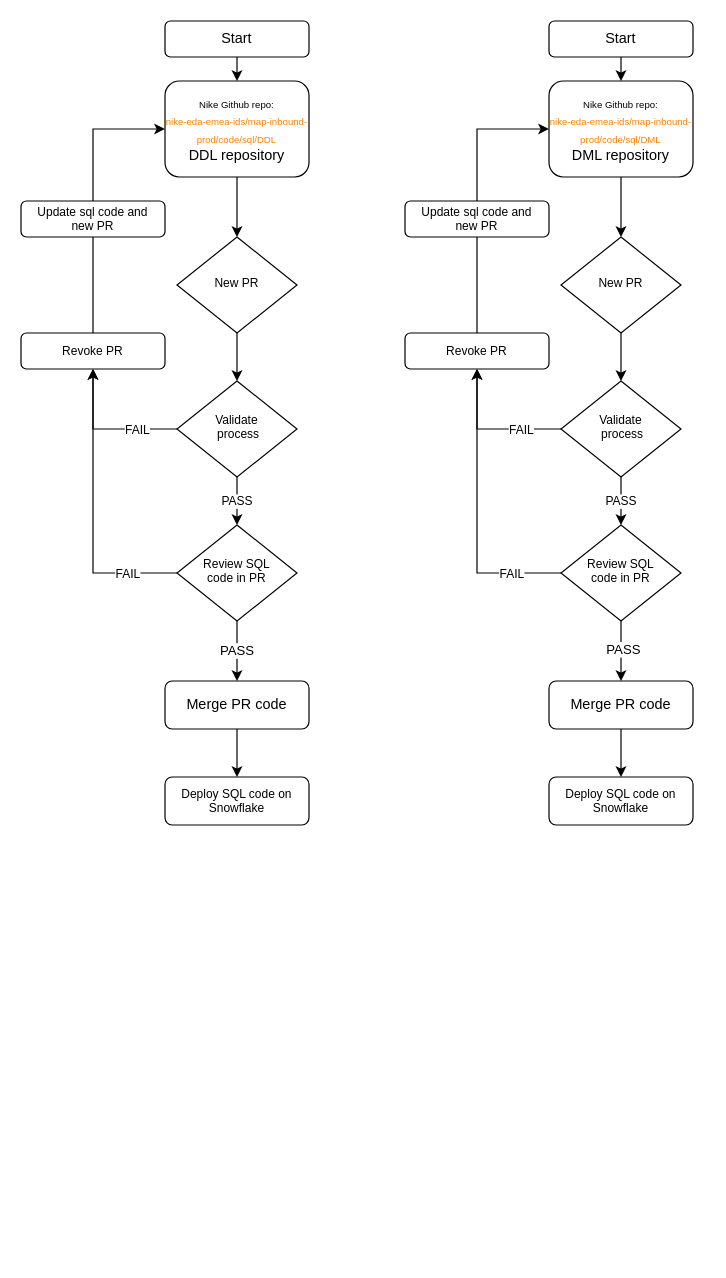
The draw.io diagram DDL-DML-validtion-process-20210811.drawio in Vortex-ict/test-repo, before the edit. Source tidied: cells renumbered, new cells numbered last; positions are measured from the earlier drawing's top-left corner, leaving out a move shared by most shapes. Both pictures are drawn from the tidied source at 120%, with x=0, y=0 at pixel (20, 20).
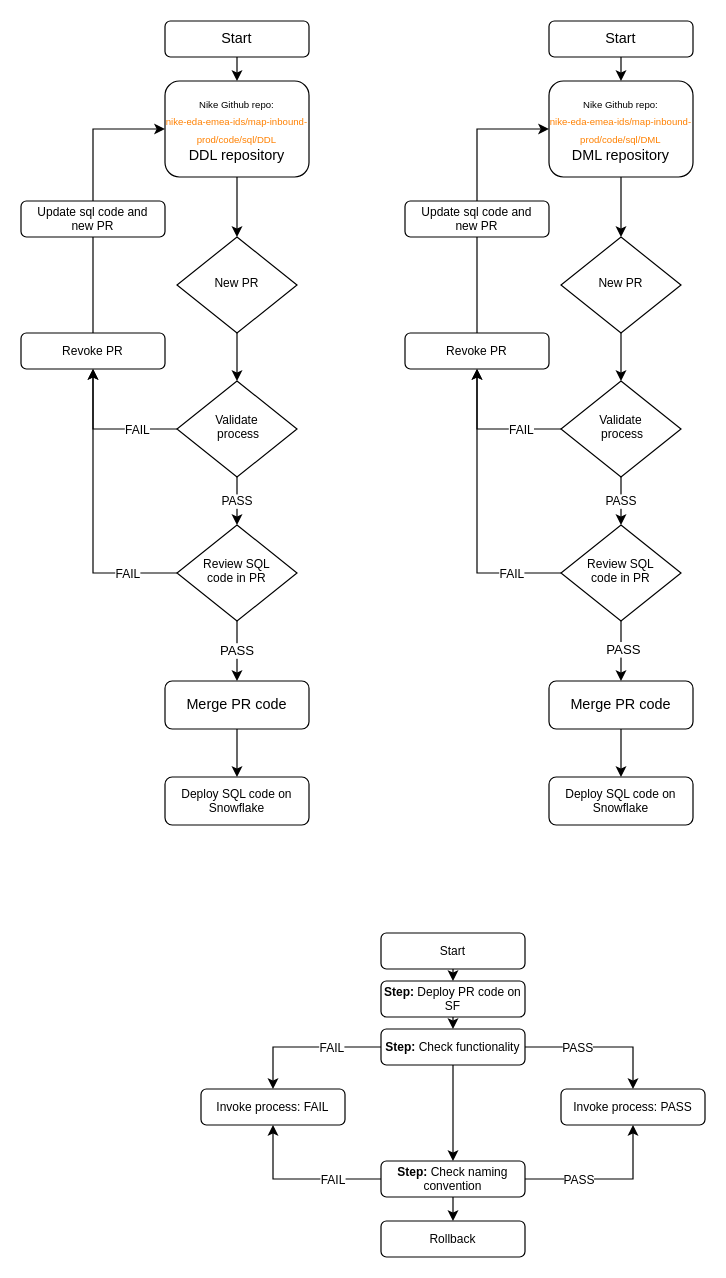
The same diagram, later.

Commit message:
updated validation process

The edit, as a diff of the source:
```diff
@@
+    <mxCell id="43" style="edgeStyle=orthogonalEdgeStyle;rounded=0;jettySize=auto;html=1;exitX=0.5;exitY=1;exitDx=0;exitDy=0;entryX=0.5;entryY=0;entryDx=0;entryDy=0;fontSize=10;" parent="1" edge="1" source="44" target="47">
+      <mxGeometry relative="1" as="geometry" />
+    </mxCell>
+    <mxCell id="44" value="&lt;font style=&quot;font-size: 10px&quot;&gt;Start&lt;/font&gt;" style="rounded=1;whiteSpace=wrap;html=1;fontSize=10;" parent="1" vertex="1">
+      <mxGeometry x="300" y="760" width="120" height="30" as="geometry" />
+    </mxCell>
+    <mxCell id="45" value="&lt;font style=&quot;font-size: 10px&quot;&gt;Rollback &lt;/font&gt;" style="rounded=1;whiteSpace=wrap;html=1;fontSize=10;" parent="1" vertex="1">
+      <mxGeometry x="300" y="1000" width="120" height="30" as="geometry" />
+    </mxCell>
+    <mxCell id="46" style="edgeStyle=orthogonalEdgeStyle;rounded=0;jettySize=auto;html=1;exitX=0.5;exitY=1;exitDx=0;exitDy=0;entryX=0.5;entryY=0;entryDx=0;entryDy=0;fontSize=10;" parent="1" edge="1" source="47" target="53">
+      <mxGeometry relative="1" as="geometry" />
+    </mxCell>
+    <mxCell id="47" value="&lt;font style=&quot;font-size: 10px&quot;&gt;&lt;b style=&quot;font-size: 10px;&quot;&gt;Step:&lt;/b&gt; Deploy PR code on SF&lt;/font&gt;" style="rounded=1;whiteSpace=wrap;html=1;fontSize=10;" parent="1" vertex="1">
+      <mxGeometry x="300" y="800" width="120" height="30" as="geometry" />
+    </mxCell>
+    <mxCell id="48" style="edgeStyle=orthogonalEdgeStyle;rounded=0;jettySize=auto;html=1;exitX=0;exitY=0.5;exitDx=0;exitDy=0;entryX=0.5;entryY=0;entryDx=0;entryDy=0;fontSize=10;" parent="1" edge="1" source="53" target="60">
+      <mxGeometry relative="1" as="geometry" />
+    </mxCell>
+    <mxCell id="49" value="FAIL" style="edgeLabel;html=1;align=center;verticalAlign=middle;fontSize=10;" parent="48" vertex="1">
+      <mxGeometry x="-0.32" relative="1" as="geometry" />
+    </mxCell>
+    <mxCell id="50" style="edgeStyle=orthogonalEdgeStyle;rounded=0;jettySize=auto;html=1;exitX=1;exitY=0.5;exitDx=0;exitDy=0;entryX=0.5;entryY=0;entryDx=0;entryDy=0;fontSize=10;" parent="1" edge="1" source="53" target="61">
+      <mxGeometry relative="1" as="geometry" />
+    </mxCell>
+    <mxCell id="51" value="PASS" style="edgeLabel;html=1;align=center;verticalAlign=middle;fontSize=10;" parent="50" vertex="1">
+      <mxGeometry x="-0.31" relative="1" as="geometry" />
+    </mxCell>
+    <mxCell id="52" style="edgeStyle=orthogonalEdgeStyle;rounded=0;jettySize=auto;html=1;exitX=0.5;exitY=1;exitDx=0;exitDy=0;entryX=0.5;entryY=0;entryDx=0;entryDy=0;fontSize=10;" parent="1" edge="1" source="53" target="59">
+      <mxGeometry relative="1" as="geometry" />
+    </mxCell>
+    <mxCell id="53" value="&lt;font style=&quot;font-size: 10px&quot;&gt;&lt;b style=&quot;font-size: 10px;&quot;&gt;Step:&lt;/b&gt; Check functionality&lt;/font&gt;" style="rounded=1;whiteSpace=wrap;html=1;fontSize=10;" parent="1" vertex="1">
+      <mxGeometry x="300" y="840" width="120" height="30" as="geometry" />
+    </mxCell>
+    <mxCell id="54" style="edgeStyle=orthogonalEdgeStyle;rounded=0;jettySize=auto;html=1;exitX=0;exitY=0.5;exitDx=0;exitDy=0;entryX=0.5;entryY=1;entryDx=0;entryDy=0;fontSize=10;" parent="1" edge="1" source="59" target="60">
+      <mxGeometry relative="1" as="geometry" />
+    </mxCell>
+    <mxCell id="55" value="FAIL" style="edgeLabel;html=1;align=center;verticalAlign=middle;fontSize=10;" parent="54" vertex="1">
+      <mxGeometry x="-0.39" relative="1" as="geometry" />
+    </mxCell>
+    <mxCell id="56" style="edgeStyle=orthogonalEdgeStyle;rounded=0;jettySize=auto;html=1;exitX=1;exitY=0.5;exitDx=0;exitDy=0;entryX=0.5;entryY=1;entryDx=0;entryDy=0;fontSize=10;" parent="1" edge="1" source="59" target="61">
+      <mxGeometry relative="1" as="geometry" />
+    </mxCell>
+    <mxCell id="57" value="PASS" style="edgeLabel;html=1;align=center;verticalAlign=middle;fontSize=10;" parent="56" vertex="1">
+      <mxGeometry x="-0.41" y="-1" relative="1" as="geometry">
+        <mxPoint x="4" y="-1" as="offset" />
+      </mxGeometry>
+    </mxCell>
+    <mxCell id="58" style="edgeStyle=orthogonalEdgeStyle;rounded=0;jettySize=auto;html=1;exitX=0.5;exitY=1;exitDx=0;exitDy=0;entryX=0.5;entryY=0;entryDx=0;entryDy=0;fontSize=10;" parent="1" edge="1" source="59" target="45">
+      <mxGeometry relative="1" as="geometry" />
+    </mxCell>
+    <mxCell id="59" value="&lt;font style=&quot;font-size: 10px&quot;&gt;&lt;b style=&quot;font-size: 10px;&quot;&gt;Step:&lt;/b&gt; Check naming convention&lt;/font&gt;" style="rounded=1;whiteSpace=wrap;html=1;fontSize=10;" parent="1" vertex="1">
+      <mxGeometry x="300" y="950" width="120" height="30" as="geometry" />
+    </mxCell>
+    <mxCell id="60" value="&lt;font style=&quot;font-size: 10px&quot;&gt;Invoke process: FAIL&lt;/font&gt;" style="rounded=1;whiteSpace=wrap;html=1;fontSize=10;" parent="1" vertex="1">
+      <mxGeometry x="150" y="890" width="120" height="30" as="geometry" />
+    </mxCell>
+    <mxCell id="61" value="&lt;font style=&quot;font-size: 10px&quot;&gt;Invoke process: PASS&lt;/font&gt;" style="rounded=1;whiteSpace=wrap;html=1;fontSize=10;" parent="1" vertex="1">
+      <mxGeometry x="450" y="890" width="120" height="30" as="geometry" />
+    </mxCell>
```
